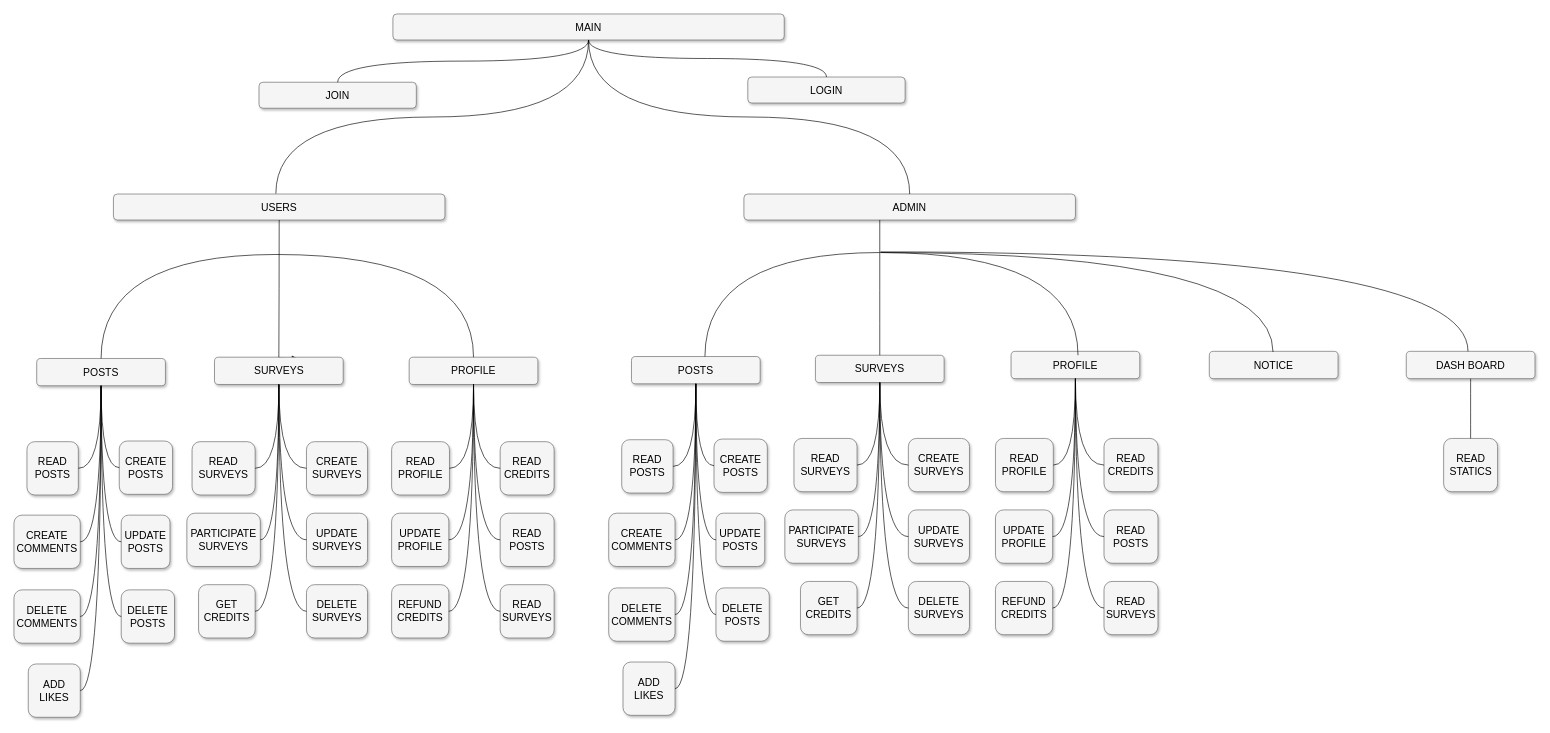
This is Untitled Diagram.drawio from thswlsqls/drawio_diagrams_test, a draw.io file, before an edit. Source tidied: cells renumbered, new cells numbered last; positions are measured from the earlier drawing's top-left corner, leaving out a move shared by most shapes. Both pictures are drawn from the tidied source at 65%, with x=0, y=0 at pixel (14, 14).
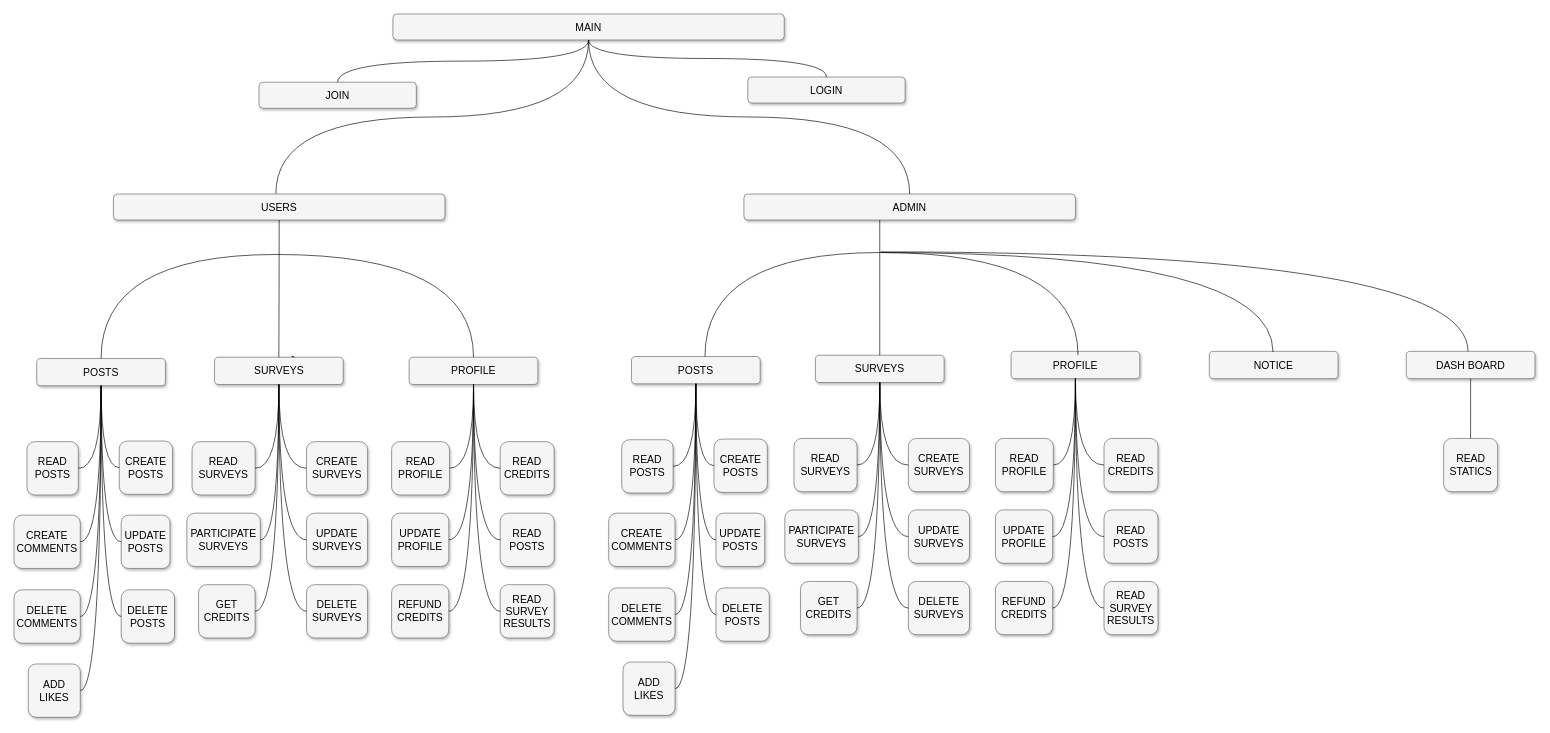
The same page after the edit.

Commit message:
WEBSITE_SYSTEM

Diff of the diagram source:
```diff
@@
-    <mxCell id="24" value="&lt;span&gt;READ&lt;br&gt;SURVEYS&lt;br&gt;&lt;/span&gt;" style="whiteSpace=wrap;html=1;rounded=1;shadow=1;strokeWidth=1;fontSize=16;align=center;fillColor=#f5f5f5;strokeColor=#666666;" parent="1" vertex="1">
+    <mxCell id="24" value="&lt;span&gt;READ&lt;br&gt;SURVEY&lt;br&gt;RESULTS&lt;br&gt;&lt;/span&gt;" style="whiteSpace=wrap;html=1;rounded=1;shadow=1;strokeWidth=1;fontSize=16;align=center;fillColor=#f5f5f5;strokeColor=#666666;" parent="1" vertex="1">
       <mxGeometry x="748" y="878" width="83" height="82" as="geometry" />
     </mxCell>
@@
-    <mxCell id="68" value="&lt;span&gt;READ&lt;br&gt;SURVEYS&lt;br&gt;&lt;/span&gt;" style="whiteSpace=wrap;html=1;rounded=1;shadow=1;strokeWidth=1;fontSize=16;align=center;fillColor=#f5f5f5;strokeColor=#666666;" parent="1" vertex="1">
+    <mxCell id="68" value="&lt;span&gt;READ&lt;br&gt;SURVEY&lt;br&gt;RESULTS&lt;br&gt;&lt;/span&gt;" style="whiteSpace=wrap;html=1;rounded=1;shadow=1;strokeWidth=1;fontSize=16;align=center;fillColor=#f5f5f5;strokeColor=#666666;" parent="1" vertex="1">
       <mxGeometry x="1677" y="873" width="83" height="82" as="geometry" />
     </mxCell>
```
